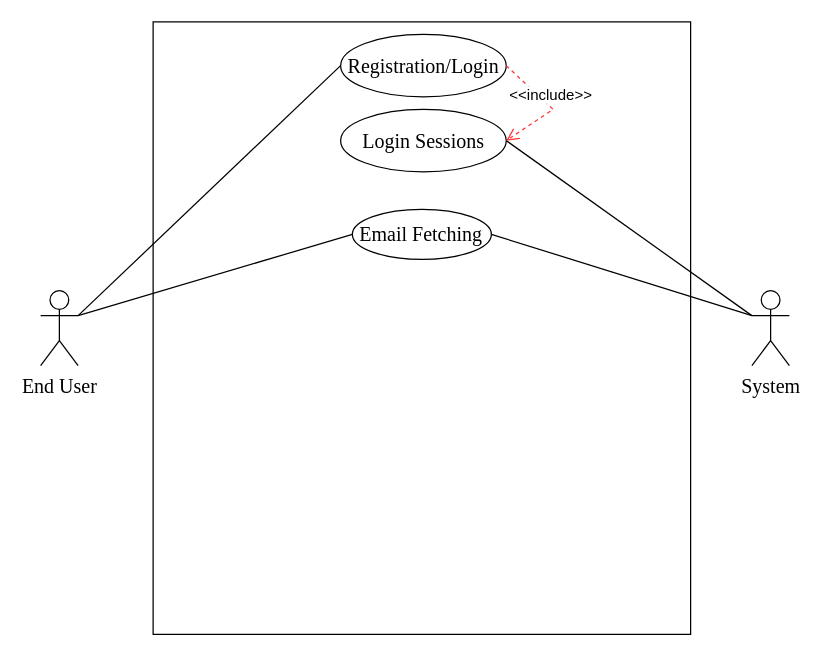
Above: UseCase.drawio in Yash7200/CP-3 (draw.io), before the change. Source tidied: cells renumbered, new cells numbered last; positions are measured from the earlier drawing's top-left corner, leaving out a move shared by most shapes. Both pictures are drawn from the tidied source at 125%, with x=0, y=0 at pixel (40, 21).
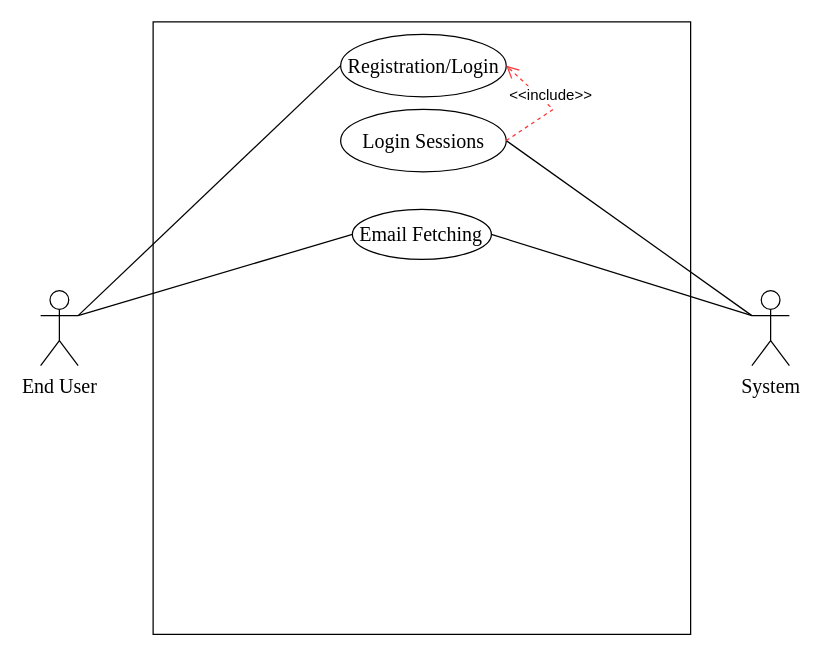
The same page after the edit.

The edit, as a diff of the source:
```diff
@@
 <mxGraphModel>
   <root>
     <mxCell id="0" />
     <mxCell id="1" parent="0" />
     <mxCell id="2" style="whiteSpace=wrap;html=1;fillColor=none;" parent="1" vertex="1">
       <mxGeometry x="90" width="430" height="490" as="geometry" />
     </mxCell>
     <mxCell id="3" value="&lt;font style=&quot;font-size: 16px;&quot; face=&quot;Times New Roman&quot;&gt;End User&lt;/font&gt;" style="shape=umlActor;verticalLabelPosition=bottom;verticalAlign=top;html=1;outlineConnect=0;" parent="1" vertex="1">
       <mxGeometry y="215" width="30" height="60" as="geometry" />
     </mxCell>
     <mxCell id="4" value="&lt;div style=&quot;font-size: 16px;&quot;&gt;&lt;font face=&quot;Times New Roman&quot;&gt;System&lt;/font&gt;&lt;/div&gt;" style="shape=umlActor;verticalLabelPosition=bottom;verticalAlign=top;html=1;outlineConnect=0;" parent="1" vertex="1">
       <mxGeometry x="569" y="215" width="30" height="60" as="geometry" />
     </mxCell>
     <mxCell id="5" value="&lt;font face=&quot;Times New Roman&quot; style=&quot;font-size: 16px;&quot;&gt;Registration/Login&lt;br style=&quot;font-size: 16px;&quot;&gt;&lt;/font&gt;" style="ellipse;whiteSpace=wrap;html=1;fillColor=none;fontSize=16;" parent="1" vertex="1">
       <mxGeometry x="240" y="10" width="132.5" height="50" as="geometry" />
     </mxCell>
     <mxCell id="6" style="endArrow=none;html=1;rounded=0;entryX=0;entryY=0.5;entryDx=0;entryDy=0;exitX=1;exitY=0.3333333333333333;exitDx=0;exitDy=0;exitPerimeter=0;" parent="1" edge="1" source="3" target="5">
       <mxGeometry relative="1" as="geometry" />
     </mxCell>
     <mxCell id="7" value="&lt;font face=&quot;Times New Roman&quot;&gt;Email Fetching&lt;br&gt;&lt;/font&gt;" style="ellipse;whiteSpace=wrap;html=1;fillColor=none;fontSize=16;" parent="1" vertex="1">
       <mxGeometry x="249.4" y="150" width="111.2" height="40" as="geometry" />
     </mxCell>
     <mxCell id="8" style="endArrow=none;html=1;rounded=0;entryX=1;entryY=0.5;entryDx=0;entryDy=0;exitX=0;exitY=0.3333333333333333;exitDx=0;exitDy=0;exitPerimeter=0;" parent="1" edge="1" source="4" target="7">
       <mxGeometry relative="1" as="geometry" />
     </mxCell>
     <mxCell id="9" style="endArrow=none;html=1;rounded=0;exitX=1;exitY=0.3333333333333333;exitDx=0;exitDy=0;exitPerimeter=0;entryX=0;entryY=0.5;entryDx=0;entryDy=0;" parent="1" edge="1" source="3" target="7">
       <mxGeometry relative="1" as="geometry" />
     </mxCell>
     <mxCell id="10" value="&lt;font face=&quot;Times New Roman&quot;&gt;Login Sessions&lt;/font&gt;" style="ellipse;whiteSpace=wrap;html=1;fillColor=none;fontSize=16;" parent="1" vertex="1">
       <mxGeometry x="240" y="70" width="132.5" height="50" as="geometry" />
     </mxCell>
     <mxCell id="11" style="endArrow=none;html=1;rounded=0;exitX=0;exitY=0.3333333333333333;exitDx=0;exitDy=0;exitPerimeter=0;entryX=1;entryY=0.5;entryDx=0;entryDy=0;" parent="1" edge="1" source="4" target="10">
       <mxGeometry relative="1" as="geometry" />
     </mxCell>
-    <mxCell id="12" value="&amp;lt;&amp;lt;include&amp;gt;&amp;gt;" style="verticalAlign=bottom;endArrow=open;dashed=1;endSize=8;rounded=0;fontSize=12;entryX=1;entryY=0.5;entryDx=0;entryDy=0;fontColor=#000000;labelBorderColor=none;html=1;strokeColor=#FF3333;exitX=1;exitY=0.5;exitDx=0;exitDy=0;" parent="1" edge="1" source="5" target="10">
+    <mxCell id="12" value="&amp;lt;&amp;lt;include&amp;gt;&amp;gt;" style="verticalAlign=bottom;endArrow=open;dashed=1;endSize=8;rounded=0;fontSize=12;entryX=1;entryY=0.5;entryDx=0;entryDy=0;fontColor=#000000;labelBorderColor=none;html=1;strokeColor=#FF3333;exitX=1;exitY=0.5;exitDx=0;exitDy=0;" parent="1" edge="1" source="10" target="5">
       <mxGeometry relative="1" as="geometry">
         <Array as="points">
           <mxPoint x="410" y="70" />
         </Array>
       </mxGeometry>
     </mxCell>
   </root>
 </mxGraphModel>
```
